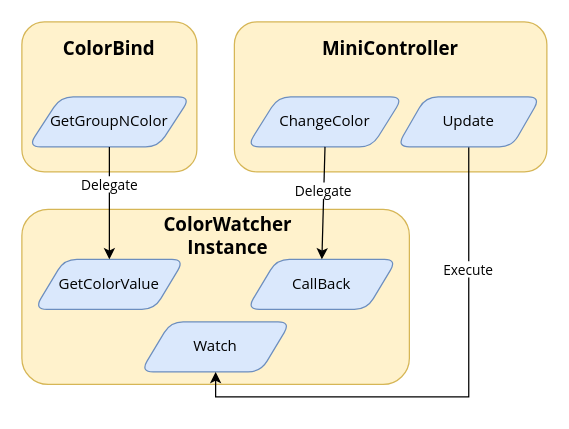
Above: Watcher.drawio in dr-jam/ObserverExercise (draw.io), before the change. Source tidied: cells renumbered, new cells numbered last; positions are measured from the earlier drawing's top-left corner, leaving out a move shared by most shapes. Both pictures are drawn from the tidied source at 125%, with x=0, y=0 at pixel (21, 21).
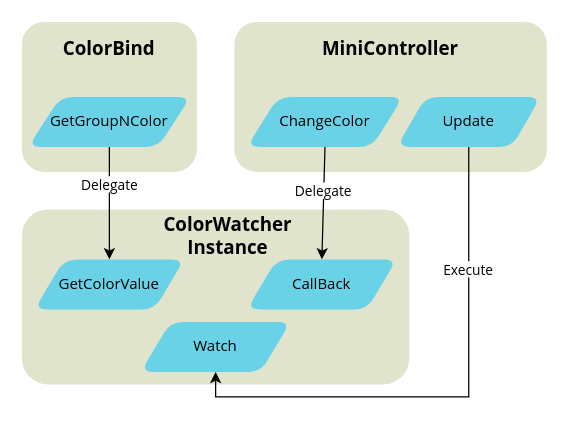
Above is the later version.

What changed in the source:
```diff
@@
 <mxGraphModel>
   <root>
     <mxCell id="0" />
     <mxCell id="1" parent="0" />
-    <mxCell id="2" style="rounded=1;whiteSpace=wrap;html=1;fillColor=#fff2cc;strokeColor=#d6b656;fontFamily=Open Sans;" parent="1" vertex="1">
+    <mxCell id="2" style="rounded=1;whiteSpace=wrap;html=1;fillColor=#E0E4CC;strokeColor=none;fontFamily=Open Sans;" parent="1" vertex="1">
       <mxGeometry x="170" width="250" height="120" as="geometry" />
     </mxCell>
-    <mxCell id="3" style="rounded=1;whiteSpace=wrap;html=1;fillColor=#fff2cc;strokeColor=#d6b656;fontFamily=Open Sans;" parent="1" vertex="1">
+    <mxCell id="3" style="rounded=1;whiteSpace=wrap;html=1;fillColor=#E0E4CC;strokeColor=none;fontFamily=Open Sans;" parent="1" vertex="1">
       <mxGeometry width="140" height="120" as="geometry" />
     </mxCell>
-    <mxCell id="4" style="rounded=1;whiteSpace=wrap;html=1;fillColor=#fff2cc;strokeColor=#d6b656;fontFamily=Open Sans;" parent="1" vertex="1">
+    <mxCell id="4" style="rounded=1;whiteSpace=wrap;html=1;fillColor=#E0E4CC;strokeColor=none;fontFamily=Open Sans;" parent="1" vertex="1">
       <mxGeometry y="150" width="310" height="140" as="geometry" />
     </mxCell>
-    <mxCell id="5" value="GetColorValue" style="shape=parallelogram;perimeter=parallelogramPerimeter;whiteSpace=wrap;html=1;fillColor=#dae8fc;strokeColor=#6c8ebf;rounded=1;fontFamily=Open Sans;" parent="1" vertex="1">
+    <mxCell id="5" value="GetColorValue" style="shape=parallelogram;perimeter=parallelogramPerimeter;whiteSpace=wrap;html=1;fillColor=#69D2E7;strokeColor=none;rounded=1;fontFamily=Open Sans;" parent="1" vertex="1">
       <mxGeometry x="10" y="190" width="120" height="40" as="geometry" />
     </mxCell>
-    <mxCell id="6" value="CallBack" style="shape=parallelogram;perimeter=parallelogramPerimeter;whiteSpace=wrap;html=1;fillColor=#dae8fc;strokeColor=#6c8ebf;gradientColor=none;shadow=0;rounded=1;fontFamily=Open Sans;" parent="1" vertex="1">
+    <mxCell id="6" value="CallBack" style="shape=parallelogram;perimeter=parallelogramPerimeter;whiteSpace=wrap;html=1;fillColor=#69D2E7;strokeColor=none;gradientColor=none;shadow=0;rounded=1;fontFamily=Open Sans;" parent="1" vertex="1">
       <mxGeometry x="180" y="190" width="120" height="40" as="geometry" />
     </mxCell>
-    <mxCell id="7" value="GetGroupNColor" style="shape=parallelogram;perimeter=parallelogramPerimeter;whiteSpace=wrap;html=1;fillColor=#dae8fc;strokeColor=#6c8ebf;rounded=1;comic=0;fontFamily=Open Sans;" parent="1" vertex="1">
+    <mxCell id="7" value="GetGroupNColor" style="shape=parallelogram;perimeter=parallelogramPerimeter;whiteSpace=wrap;html=1;fillColor=#69D2E7;strokeColor=none;rounded=1;comic=0;fontFamily=Open Sans;" parent="1" vertex="1">
       <mxGeometry x="5" y="60" width="130" height="40" as="geometry" />
     </mxCell>
-    <mxCell id="8" value="ChangeColor" style="shape=parallelogram;perimeter=parallelogramPerimeter;whiteSpace=wrap;html=1;fillColor=#dae8fc;strokeColor=#6c8ebf;rounded=1;comic=0;shadow=0;fontFamily=Open Sans;" parent="1" vertex="1">
+    <mxCell id="8" value="ChangeColor" style="shape=parallelogram;perimeter=parallelogramPerimeter;whiteSpace=wrap;html=1;fillColor=#69D2E7;strokeColor=none;rounded=1;comic=0;shadow=0;fontFamily=Open Sans;" parent="1" vertex="1">
       <mxGeometry x="180" y="60" width="125" height="40" as="geometry" />
     </mxCell>
     <mxCell id="9" value="Delegate" style="endArrow=classic;html=1;exitX=0.5;exitY=1;exitDx=0;exitDy=0;entryX=0.5;entryY=0;entryDx=0;entryDy=0;fontFamily=Open Sans;" parent="1" edge="1" source="7" target="5">
       <mxGeometry x="-0.33" relative="1" as="geometry" />
     </mxCell>
     <mxCell id="10" style="endArrow=classic;html=1;exitX=0.5;exitY=1;exitDx=0;exitDy=0;entryX=0.5;entryY=0;entryDx=0;entryDy=0;fontFamily=Open Sans;" parent="1" edge="1" source="8" target="6">
       <mxGeometry relative="1" as="geometry" />
     </mxCell>
     <mxCell id="11" value="Delegate" style="text;html=1;align=center;verticalAlign=middle;labelBackgroundColor=#ffffff;fontSize=11;fontFamily=Open Sans;" parent="10" vertex="1">
       <mxGeometry x="-0.22" y="-1" relative="1" as="geometry" />
     </mxCell>
-    <mxCell id="12" value="Watch" style="shape=parallelogram;perimeter=parallelogramPerimeter;whiteSpace=wrap;html=1;fillColor=#dae8fc;strokeColor=#6c8ebf;gradientColor=none;shadow=0;rounded=1;fontFamily=Open Sans;" parent="1" vertex="1">
+    <mxCell id="12" value="Watch" style="shape=parallelogram;perimeter=parallelogramPerimeter;whiteSpace=wrap;html=1;fillColor=#69D2E7;strokeColor=none;gradientColor=none;shadow=0;rounded=1;fontFamily=Open Sans;" parent="1" vertex="1">
       <mxGeometry x="95" y="240" width="120" height="40" as="geometry" />
     </mxCell>
     <mxCell id="13" value="ColorWatcher Instance" style="text;html=1;strokeColor=none;fillColor=none;align=center;verticalAlign=middle;whiteSpace=wrap;rounded=0;shadow=0;comic=0;fontFamily=Open Sans;fontSize=15;fontStyle=1;" parent="1" vertex="1">
       <mxGeometry x="145" y="160" width="40" height="20" as="geometry" />
     </mxCell>
     <mxCell id="14" style="edgeStyle=orthogonalEdgeStyle;rounded=0;orthogonalLoop=1;jettySize=auto;html=1;exitX=0.5;exitY=1;exitDx=0;exitDy=0;fontFamily=Open Sans;" parent="1" edge="1" source="5" target="5">
       <mxGeometry relative="1" as="geometry" />
     </mxCell>
     <mxCell id="15" value="ColorBind" style="text;html=1;strokeColor=none;fillColor=none;align=center;verticalAlign=middle;whiteSpace=wrap;rounded=0;shadow=0;comic=0;fontFamily=Open Sans;fontSize=15;fontStyle=1;" parent="1" vertex="1">
       <mxGeometry x="50" y="10" width="40" height="20" as="geometry" />
     </mxCell>
     <mxCell id="16" value="MiniController" style="text;html=1;strokeColor=none;fillColor=none;align=center;verticalAlign=middle;whiteSpace=wrap;rounded=0;shadow=0;comic=0;fontFamily=Open Sans;fontSize=15;fontStyle=1;" parent="1" vertex="1">
       <mxGeometry x="275" y="10" width="40" height="20" as="geometry" />
     </mxCell>
     <mxCell id="17" style="edgeStyle=orthogonalEdgeStyle;rounded=0;jettySize=auto;html=1;exitX=0.5;exitY=1;exitDx=0;exitDy=0;entryX=0.5;entryY=1;entryDx=0;entryDy=0;fontFamily=Open Sans;fontSize=15;" parent="1" edge="1" source="19" target="12">
       <mxGeometry relative="1" as="geometry" />
     </mxCell>
     <mxCell id="18" value="Execute" style="text;html=1;align=center;verticalAlign=middle;labelBackgroundColor=#ffffff;fontSize=11;fontFamily=Open Sans;" parent="17" vertex="1">
       <mxGeometry x="-0.54" y="-1" relative="1" as="geometry" />
     </mxCell>
-    <mxCell id="19" value="Update" style="shape=parallelogram;perimeter=parallelogramPerimeter;whiteSpace=wrap;html=1;fillColor=#dae8fc;strokeColor=#6c8ebf;rounded=1;comic=0;shadow=0;fontFamily=Open Sans;" parent="1" vertex="1">
+    <mxCell id="19" value="Update" style="shape=parallelogram;perimeter=parallelogramPerimeter;whiteSpace=wrap;html=1;fillColor=#69D2E7;strokeColor=none;rounded=1;comic=0;shadow=0;fontFamily=Open Sans;" parent="1" vertex="1">
       <mxGeometry x="300" y="60" width="115" height="40" as="geometry" />
     </mxCell>
   </root>
 </mxGraphModel>
```
